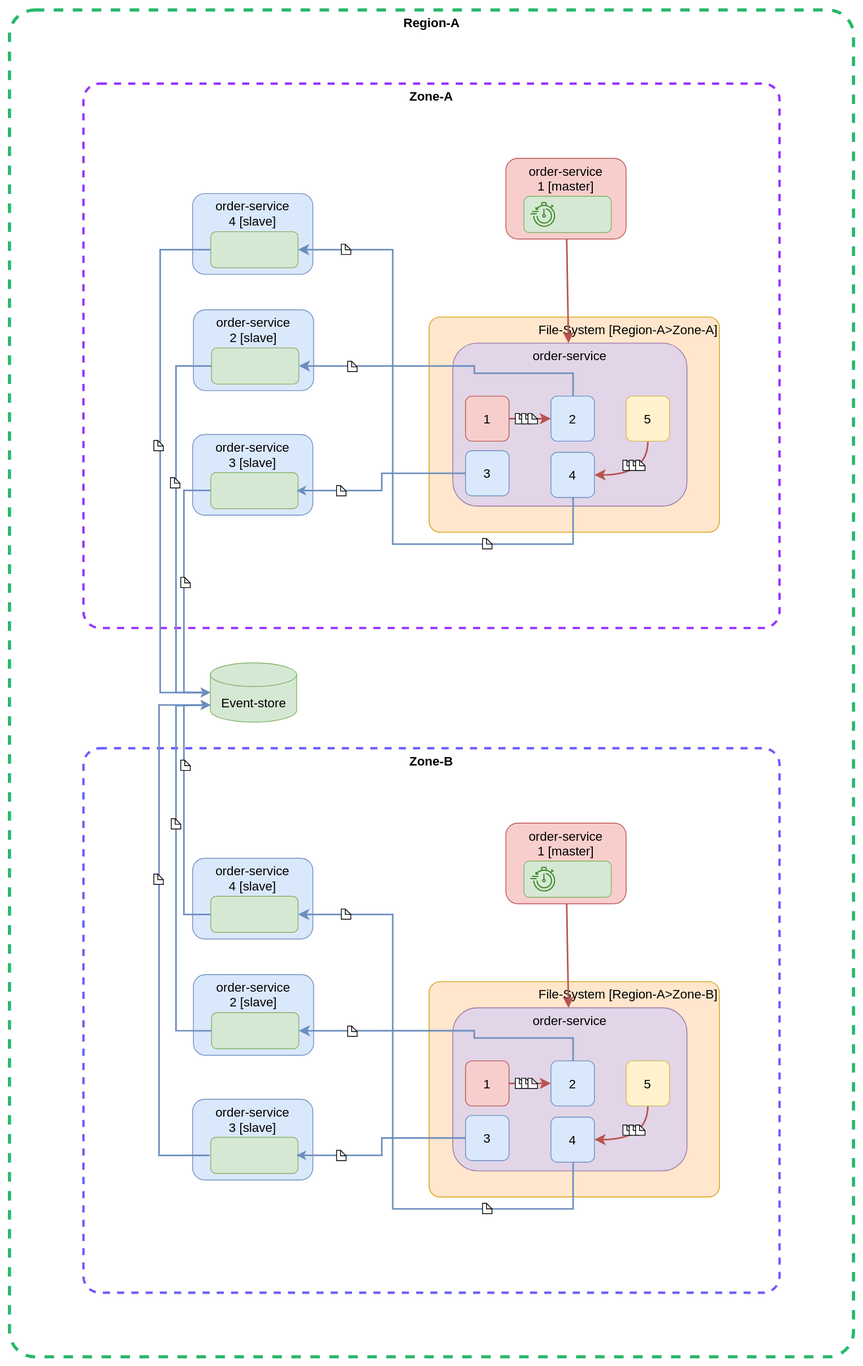
mafei-dev/stacksaga-adoc keeps this draw.io diagram as src/asciidoc/resources/img/stacksaga-unit-test-Trash-File-Collecting-MI-MZ.drawio.svg. Above is the earlier version. Source tidied: cells renumbered, new cells last; positions are measured from the earlier drawing's top-left corner, leaving out a move shared by most shapes.
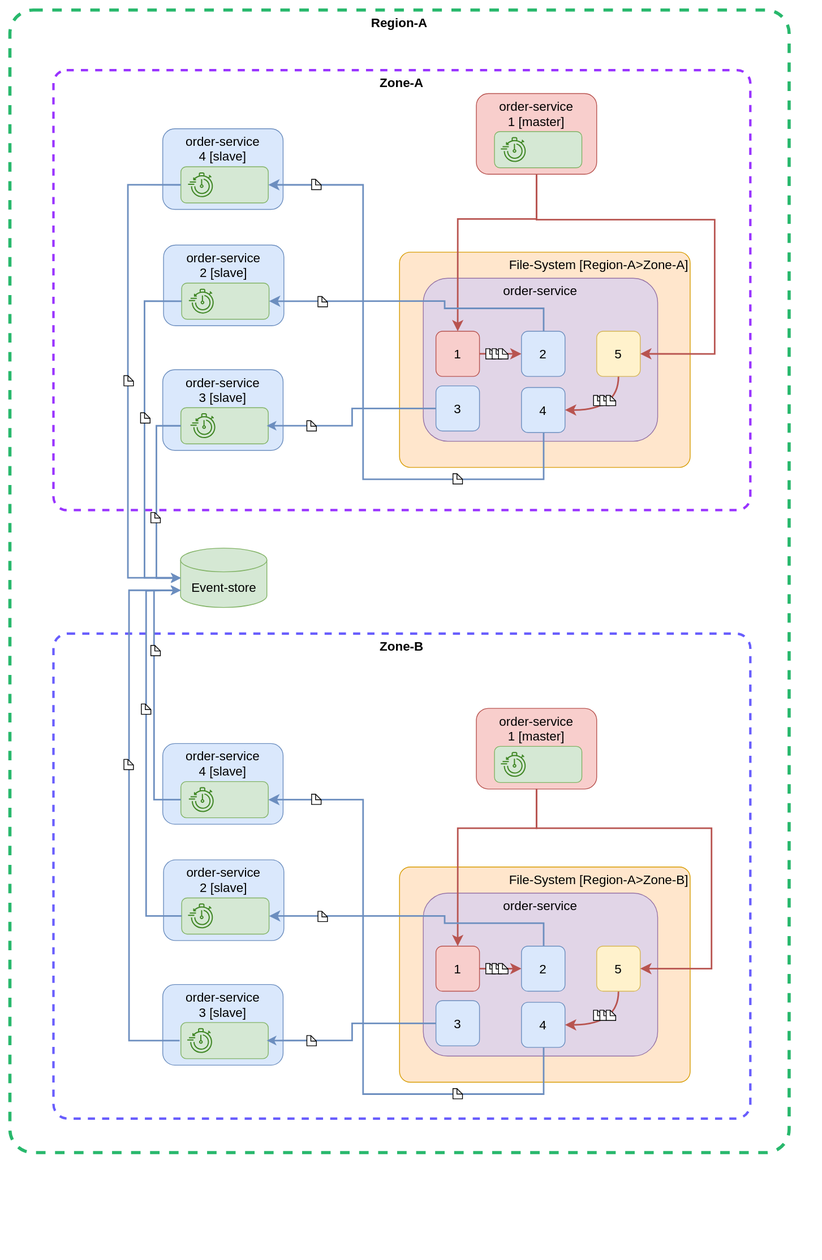
The same file after the commit.

The edit, as a diff of the source:
```diff
@@ -5,6 +5,6 @@
     <mxCell id="2" value="&lt;b&gt;Region-A&lt;/b&gt;" style="rounded=1;whiteSpace=wrap;html=1;fontSize=16;arcSize=3;dashed=1;verticalAlign=top;strokeColor=#28B86C;strokeWidth=4;" parent="1" vertex="1">
-      <mxGeometry x="-0.5" width="1067" height="1702" as="geometry" />
+      <mxGeometry x="38" y="82" width="984" height="1444" as="geometry" />
     </mxCell>
     <mxCell id="3" value="&lt;b&gt;Zone-A&lt;/b&gt;" style="rounded=1;whiteSpace=wrap;html=1;fontSize=16;arcSize=3;dashed=1;verticalAlign=top;strokeColor=#9933FF;strokeWidth=3;" parent="1" vertex="1">
-      <mxGeometry x="93" y="93" width="880" height="688" as="geometry" />
+      <mxGeometry x="93" y="158" width="880" height="556" as="geometry" />
     </mxCell>
@@ -22,2 +22,5 @@
     </mxCell>
+    <mxCell id="94" style="sketch=0;fontColor=#232F3E;gradientColor=none;fillColor=#3F8624;strokeColor=none;dashed=0;verticalLabelPosition=bottom;verticalAlign=top;align=center;html=1;fontSize=12;fontStyle=0;shape=mxgraph.aws4.backup_recovery_time_objective;" parent="5" vertex="1">
+      <mxGeometry x="32" y="55.1" width="33" height="31.7" as="geometry" />
+    </mxCell>
     <mxCell id="8" value="order-service" style="rounded=1;whiteSpace=wrap;html=1;fontSize=16;verticalAlign=top;fillColor=#e1d5e7;strokeColor=#9673a6;" parent="1" vertex="1">
@@ -40,2 +43,5 @@
     </mxCell>
+    <mxCell id="95" style="sketch=0;fontColor=#232F3E;gradientColor=none;fillColor=#3F8624;strokeColor=none;dashed=0;verticalLabelPosition=bottom;verticalAlign=top;align=center;html=1;fontSize=12;fontStyle=0;shape=mxgraph.aws4.backup_recovery_time_objective;" parent="11" vertex="1">
+      <mxGeometry x="32" y="55.1" width="33" height="31.7" as="geometry" />
+    </mxCell>
     <mxCell id="14" style="group;" parent="1" vertex="1">
@@ -49,2 +55,5 @@
     </mxCell>
+    <mxCell id="96" style="sketch=0;fontColor=#232F3E;gradientColor=none;fillColor=#3F8624;strokeColor=none;dashed=0;verticalLabelPosition=bottom;verticalAlign=top;align=center;html=1;fontSize=12;fontStyle=0;shape=mxgraph.aws4.backup_recovery_time_objective;" parent="14" vertex="1">
+      <mxGeometry x="35" y="55.1" width="33" height="31.7" as="geometry" />
+    </mxCell>
     <mxCell id="17" style="group;" parent="1" vertex="1">
@@ -76,4 +85,9 @@
     </mxCell>
-    <mxCell id="26" style="edgeStyle=none;curved=1;rounded=0;jettySize=auto;html=1;fontSize=12;startSize=8;endSize=8;strokeWidth=2;fillColor=#f8cecc;strokeColor=#b85450;" parent="1" edge="1" source="18" target="8">
-      <mxGeometry relative="1" as="geometry" />
+    <mxCell id="26" style="edgeStyle=orthogonalEdgeStyle;rounded=0;jettySize=auto;html=1;fontSize=12;startSize=8;endSize=8;strokeWidth=2;fillColor=#f8cecc;strokeColor=#b85450;entryX=0.5;entryY=0;entryDx=0;entryDy=0;" parent="1" edge="1" source="18" target="10">
+      <mxGeometry relative="1" as="geometry">
+        <Array as="points">
+          <mxPoint x="703" y="346" />
+          <mxPoint x="604" y="346" />
+        </Array>
+      </mxGeometry>
     </mxCell>
@@ -139,3 +153,3 @@
     <mxCell id="42" value="Event-store" style="shape=cylinder3;whiteSpace=wrap;html=1;boundedLbl=1;backgroundOutline=1;size=15;fontSize=16;fillColor=#d5e8d4;strokeColor=#82b366;" parent="1" vertex="1">
-      <mxGeometry x="253.5" y="825" width="109" height="75" as="geometry" />
+      <mxGeometry x="253.5" y="762" width="109" height="75" as="geometry" />
     </mxCell>
@@ -144,4 +158,4 @@
         <Array as="points">
-          <mxPoint x="210" y="863" />
-          <mxPoint x="210" y="450" />
+          <mxPoint x="208" y="800" />
+          <mxPoint x="208" y="450" />
         </Array>
@@ -152,4 +166,4 @@
         <Array as="points">
-          <mxPoint x="190" y="863" />
-          <mxPoint x="190" y="303" />
+          <mxPoint x="187" y="800" />
+          <mxPoint x="187" y="303" />
         </Array>
@@ -164,9 +178,9 @@
     <mxCell id="47" value="&lt;b&gt;Zone-B&lt;/b&gt;" style="rounded=1;whiteSpace=wrap;html=1;fontSize=16;arcSize=3;dashed=1;verticalAlign=top;strokeColor=#685DFD;strokeWidth=3;" parent="1" vertex="1">
-      <mxGeometry x="93" y="933" width="880" height="688" as="geometry" />
+      <mxGeometry x="93" y="870" width="880" height="613" as="geometry" />
     </mxCell>
     <mxCell id="48" value="File-System [Region-A&amp;gt;Zone-B]" style="rounded=1;whiteSpace=wrap;html=1;fontSize=16;verticalAlign=top;fillColor=#ffe6cc;strokeColor=#d79b00;arcSize=5;align=right;" parent="1" vertex="1">
-      <mxGeometry x="530" y="1228" width="367" height="272" as="geometry" />
+      <mxGeometry x="530" y="1165" width="367" height="272" as="geometry" />
     </mxCell>
     <mxCell id="49" style="group;" parent="1" vertex="1">
-      <mxGeometry x="231" y="1072" width="152" height="102" as="geometry" />
+      <mxGeometry x="231" y="1009" width="152" height="102" as="geometry" />
     </mxCell>
@@ -178,4 +192,7 @@
     </mxCell>
+    <mxCell id="97" style="sketch=0;fontColor=#232F3E;gradientColor=none;fillColor=#3F8624;strokeColor=none;dashed=0;verticalLabelPosition=bottom;verticalAlign=top;align=center;html=1;fontSize=12;fontStyle=0;shape=mxgraph.aws4.backup_recovery_time_objective;" parent="49" vertex="1">
+      <mxGeometry x="33" y="55.1" width="33" height="31.7" as="geometry" />
+    </mxCell>
     <mxCell id="52" value="order-service" style="rounded=1;whiteSpace=wrap;html=1;fontSize=16;verticalAlign=top;fillColor=#e1d5e7;strokeColor=#9673a6;" parent="1" vertex="1">
-      <mxGeometry x="560" y="1261" width="296" height="206" as="geometry" />
+      <mxGeometry x="560" y="1198" width="296" height="206" as="geometry" />
     </mxCell>
@@ -185,6 +202,6 @@
     <mxCell id="54" value="1" style="rounded=1;whiteSpace=wrap;html=1;fontSize=16;fillColor=#f8cecc;strokeColor=#b85450;" parent="1" vertex="1">
-      <mxGeometry x="576" y="1328" width="55" height="57" as="geometry" />
+      <mxGeometry x="576" y="1265" width="55" height="57" as="geometry" />
     </mxCell>
     <mxCell id="55" style="group;" parent="1" vertex="1">
-      <mxGeometry x="232" y="1219" width="152" height="102" as="geometry" />
+      <mxGeometry x="232" y="1156" width="152" height="102" as="geometry" />
     </mxCell>
@@ -196,4 +213,7 @@
     </mxCell>
+    <mxCell id="98" style="sketch=0;fontColor=#232F3E;gradientColor=none;fillColor=#3F8624;strokeColor=none;dashed=0;verticalLabelPosition=bottom;verticalAlign=top;align=center;html=1;fontSize=12;fontStyle=0;shape=mxgraph.aws4.backup_recovery_time_objective;" parent="55" vertex="1">
+      <mxGeometry x="31" y="55.1" width="33" height="31.7" as="geometry" />
+    </mxCell>
     <mxCell id="58" style="group;" parent="1" vertex="1">
-      <mxGeometry x="231" y="1376.5" width="152" height="102" as="geometry" />
+      <mxGeometry x="231" y="1313.5" width="152" height="102" as="geometry" />
     </mxCell>
@@ -205,4 +225,7 @@
     </mxCell>
+    <mxCell id="99" style="sketch=0;fontColor=#232F3E;gradientColor=none;fillColor=#3F8624;strokeColor=none;dashed=0;verticalLabelPosition=bottom;verticalAlign=top;align=center;html=1;fontSize=12;fontStyle=0;shape=mxgraph.aws4.backup_recovery_time_objective;" parent="58" vertex="1">
+      <mxGeometry x="31" y="55.1" width="33" height="31.7" as="geometry" />
+    </mxCell>
     <mxCell id="61" style="group;" parent="1" vertex="1">
-      <mxGeometry x="627" y="1027.5" width="152" height="102" as="geometry" />
+      <mxGeometry x="627" y="964.5" width="152" height="102" as="geometry" />
     </mxCell>
@@ -218,9 +241,9 @@
     <mxCell id="65" value="2" style="rounded=1;whiteSpace=wrap;html=1;fontSize=16;fillColor=#dae8fc;strokeColor=#6c8ebf;" parent="1" vertex="1">
-      <mxGeometry x="684" y="1328" width="55" height="57" as="geometry" />
+      <mxGeometry x="684" y="1265" width="55" height="57" as="geometry" />
     </mxCell>
     <mxCell id="66" value="3" style="rounded=1;whiteSpace=wrap;html=1;fontSize=16;fillColor=#dae8fc;strokeColor=#6c8ebf;" parent="1" vertex="1">
-      <mxGeometry x="576" y="1397" width="55" height="57" as="geometry" />
+      <mxGeometry x="576" y="1334" width="55" height="57" as="geometry" />
     </mxCell>
     <mxCell id="67" value="4" style="rounded=1;whiteSpace=wrap;html=1;fontSize=16;fillColor=#dae8fc;strokeColor=#6c8ebf;" parent="1" vertex="1">
-      <mxGeometry x="684" y="1399" width="55" height="57" as="geometry" />
+      <mxGeometry x="684" y="1336" width="55" height="57" as="geometry" />
     </mxCell>
@@ -230,6 +253,11 @@
     <mxCell id="69" value="5" style="rounded=1;whiteSpace=wrap;html=1;fontSize=16;fillColor=#fff2cc;strokeColor=#d6b656;" parent="1" vertex="1">
-      <mxGeometry x="779" y="1328" width="55" height="57" as="geometry" />
+      <mxGeometry x="779" y="1265" width="55" height="57" as="geometry" />
     </mxCell>
-    <mxCell id="70" style="edgeStyle=none;curved=1;rounded=0;jettySize=auto;html=1;fontSize=12;startSize=8;endSize=8;strokeWidth=2;fillColor=#f8cecc;strokeColor=#b85450;" parent="1" edge="1" source="62" target="52">
-      <mxGeometry relative="1" as="geometry" />
+    <mxCell id="70" style="edgeStyle=orthogonalEdgeStyle;rounded=0;jettySize=auto;html=1;fontSize=12;startSize=8;endSize=8;strokeWidth=2;fillColor=#f8cecc;strokeColor=#b85450;entryX=0.5;entryY=0;entryDx=0;entryDy=0;" parent="1" edge="1" source="62" target="54">
+      <mxGeometry relative="1" as="geometry">
+        <Array as="points">
+          <mxPoint x="703" y="1116" />
+          <mxPoint x="604" y="1116" />
+        </Array>
+      </mxGeometry>
     </mxCell>
@@ -238,6 +266,6 @@
         <Array as="points">
-          <mxPoint x="484" y="1143" />
-          <mxPoint x="484" y="1515" />
-          <mxPoint x="712" y="1515" />
-          <mxPoint x="712" y="1456" />
+          <mxPoint x="484" y="1080" />
+          <mxPoint x="484" y="1452" />
+          <mxPoint x="712" y="1452" />
+          <mxPoint x="712" y="1393" />
         </Array>
@@ -248,6 +276,6 @@
         <Array as="points">
-          <mxPoint x="587" y="1290" />
-          <mxPoint x="587" y="1299" />
-          <mxPoint x="712" y="1299" />
-          <mxPoint x="712" y="1328" />
+          <mxPoint x="587" y="1227" />
+          <mxPoint x="587" y="1236" />
+          <mxPoint x="712" y="1236" />
+          <mxPoint x="712" y="1265" />
         </Array>
@@ -259,3 +287,3 @@
     <mxCell id="74" style="group;" parent="1" vertex="1">
-      <mxGeometry x="775" y="1409" width="28" height="13" as="geometry" />
+      <mxGeometry x="775" y="1346" width="28" height="13" as="geometry" />
     </mxCell>
@@ -271,3 +299,3 @@
     <mxCell id="78" style="group;" parent="1" vertex="1">
-      <mxGeometry x="639" y="1350" width="28" height="13" as="geometry" />
+      <mxGeometry x="639" y="1287" width="28" height="13" as="geometry" />
     </mxCell>
@@ -283,12 +311,12 @@
     <mxCell id="82" style="shape=note;whiteSpace=wrap;html=1;backgroundOutline=1;darkOpacity=0.05;fontSize=16;size=7;" parent="1" vertex="1">
-      <mxGeometry x="419" y="1136" width="12" height="13" as="geometry" />
+      <mxGeometry x="419" y="1073" width="12" height="13" as="geometry" />
     </mxCell>
     <mxCell id="83" style="shape=note;whiteSpace=wrap;html=1;backgroundOutline=1;darkOpacity=0.05;fontSize=16;size=7;" parent="1" vertex="1">
-      <mxGeometry x="427" y="1284" width="12" height="13" as="geometry" />
+      <mxGeometry x="427" y="1221" width="12" height="13" as="geometry" />
     </mxCell>
     <mxCell id="84" style="shape=note;whiteSpace=wrap;html=1;backgroundOutline=1;darkOpacity=0.05;fontSize=16;size=7;" parent="1" vertex="1">
-      <mxGeometry x="413" y="1441" width="12" height="13" as="geometry" />
+      <mxGeometry x="413" y="1378" width="12" height="13" as="geometry" />
     </mxCell>
     <mxCell id="85" style="shape=note;whiteSpace=wrap;html=1;backgroundOutline=1;darkOpacity=0.05;fontSize=16;size=7;" parent="1" vertex="1">
-      <mxGeometry x="597.5" y="1508" width="12" height="13" as="geometry" />
+      <mxGeometry x="597.5" y="1445" width="12" height="13" as="geometry" />
     </mxCell>
@@ -297,4 +325,4 @@
         <Array as="points">
-          <mxPoint x="220" y="879" />
-          <mxPoint x="220" y="1143" />
+          <mxPoint x="220" y="816" />
+          <mxPoint x="220" y="1080" />
         </Array>
@@ -305,5 +333,5 @@
         <Array as="points">
-          <mxPoint x="250" y="878" />
-          <mxPoint x="210" y="879" />
-          <mxPoint x="210" y="1290" />
+          <mxPoint x="250" y="815" />
+          <mxPoint x="210" y="816" />
+          <mxPoint x="210" y="1227" />
         </Array>
@@ -313,7 +341,7 @@
       <mxGeometry relative="1" as="geometry">
-        <mxPoint x="253.5" y="878.3" as="sourcePoint" />
-        <mxPoint x="252.4" y="1447.4" as="targetPoint" />
+        <mxPoint x="253.5" y="815.3" as="sourcePoint" />
+        <mxPoint x="252.4" y="1384.4" as="targetPoint" />
         <Array as="points">
-          <mxPoint x="188.5" y="878" />
-          <mxPoint x="188.5" y="1447" />
+          <mxPoint x="188.5" y="815" />
+          <mxPoint x="188.5" y="1384" />
         </Array>
@@ -321,8 +349,8 @@
     </mxCell>
-    <mxCell id="89" style="rounded=0;jettySize=auto;html=1;fontSize=12;strokeWidth=2;fillColor=#dae8fc;strokeColor=#6c8ebf;startArrow=classic;startFill=1;endArrow=none;endFill=0;exitX=0;exitY=0.5;exitDx=0;exitDy=0;exitPerimeter=0;entryX=0;entryY=0.5;entryDx=0;entryDy=0;edgeStyle=orthogonalEdgeStyle;" parent="1" edge="1" source="42" target="16">
+    <mxCell id="89" style="rounded=0;jettySize=auto;html=1;fontSize=12;strokeWidth=2;fillColor=#dae8fc;strokeColor=#6c8ebf;startArrow=classic;startFill=1;endArrow=none;endFill=0;entryX=0;entryY=0.5;entryDx=0;entryDy=0;edgeStyle=orthogonalEdgeStyle;" parent="1" edge="1" target="16">
       <mxGeometry relative="1" as="geometry">
+        <mxPoint x="254" y="800" as="sourcePoint" />
         <Array as="points">
-          <mxPoint x="220" y="863" />
-          <mxPoint x="220" y="607" />
-          <mxPoint x="254" y="607" />
+          <mxPoint x="223" y="800" />
+          <mxPoint x="223" y="607" />
         </Array>
@@ -334,10 +362,28 @@
     <mxCell id="91" style="shape=note;whiteSpace=wrap;html=1;backgroundOutline=1;darkOpacity=0.05;fontSize=16;size=7;" parent="1" vertex="1">
-      <mxGeometry x="216" y="948" width="12" height="13" as="geometry" />
+      <mxGeometry x="216" y="885" width="12" height="13" as="geometry" />
     </mxCell>
     <mxCell id="92" style="shape=note;whiteSpace=wrap;html=1;backgroundOutline=1;darkOpacity=0.05;fontSize=16;size=7;" parent="1" vertex="1">
-      <mxGeometry x="204" y="1022" width="12" height="13" as="geometry" />
+      <mxGeometry x="204" y="959" width="12" height="13" as="geometry" />
     </mxCell>
     <mxCell id="93" style="shape=note;whiteSpace=wrap;html=1;backgroundOutline=1;darkOpacity=0.05;fontSize=16;size=7;" parent="1" vertex="1">
-      <mxGeometry x="182" y="1092" width="12" height="13" as="geometry" />
+      <mxGeometry x="182" y="1029" width="12" height="13" as="geometry" />
     </mxCell>
+    <mxCell id="100" style="edgeStyle=orthogonalEdgeStyle;rounded=0;jettySize=auto;html=1;fontSize=12;startSize=8;endSize=8;strokeWidth=2;fillColor=#f8cecc;strokeColor=#b85450;entryX=1;entryY=0.5;entryDx=0;entryDy=0;exitX=0.5;exitY=1;exitDx=0;exitDy=0;" parent="1" edge="1" source="18" target="25">
+      <mxGeometry relative="1" as="geometry">
+        <Array as="points">
+          <mxPoint x="703" y="347" />
+          <mxPoint x="928" y="347" />
+          <mxPoint x="928" y="517" />
+        </Array>
+      </mxGeometry>
+    </mxCell>
+    <mxCell id="101" style="edgeStyle=orthogonalEdgeStyle;rounded=0;jettySize=auto;html=1;fontSize=12;startSize=8;endSize=8;strokeWidth=2;fillColor=#f8cecc;strokeColor=#b85450;entryX=1;entryY=0.5;entryDx=0;entryDy=0;exitX=0.5;exitY=1;exitDx=0;exitDy=0;" parent="1" edge="1" source="62" target="69">
+      <mxGeometry relative="1" as="geometry">
+        <Array as="points">
+          <mxPoint x="703" y="1116" />
+          <mxPoint x="924" y="1116" />
+          <mxPoint x="924" y="1294" />
+        </Array>
+      </mxGeometry>
+    </mxCell>
   </root>
```
